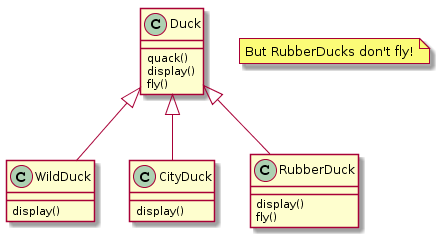
Before: strategy.png, a diagram exported from PlantUML (swaminathanj/CompetitiveProgramming). Source of this version:
```plantuml
@startuml
Duck  <|-- WildDuck
Duck  <|-- CityDuck
Duck  <|-- RubberDuck

Duck : quack()
Duck : display()
Duck : fly()

WildDuck : display()
CityDuck : display()
RubberDuck : display()
RubberDuck : fly()

note "But RubberDucks don't fly!" as N1
@enduml
```
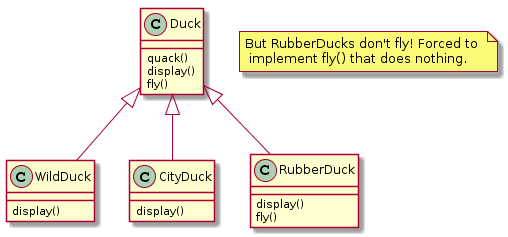
After the commit.

What changed in the source:
```diff
@@ -12,5 +12,5 @@
 RubberDuck : display()
 RubberDuck : fly()
 
-note "But RubberDucks don't fly!" as N1
+note "But RubberDucks don't fly! Forced to \n implement fly() that does nothing." as N1
 @enduml
```
